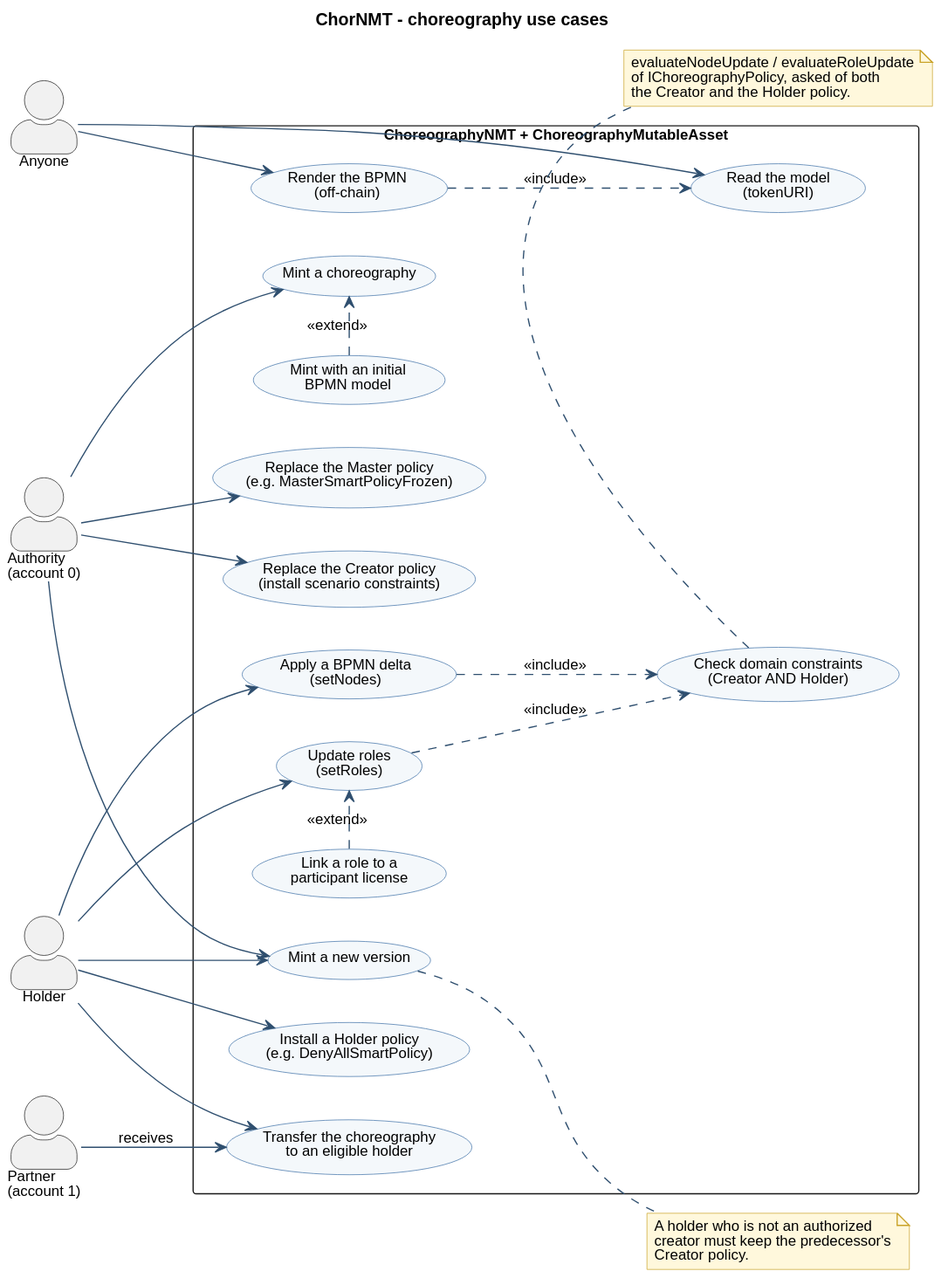
d0na/ChorNMT keeps this PlantUML diagram as docs/uml/use-case-choreography.svg. Above is the earlier version. The source it was exported from:
```plantuml
@startuml
!include style.iuml
title ChorNMT - choreography use cases
left to right direction

actor "Authority\n(account 0)" as Authority
actor "Holder" as Holder
actor "Partner\n(account 1)" as Partner
actor "Anyone" as Anyone

rectangle "ChoreographyNMT + ChoreographyMutableAsset" {
  usecase "Mint a choreography" as UC_Mint
  usecase "Mint with an initial\nBPMN model" as UC_MintModel
  usecase "Mint a new version" as UC_Version
  usecase "Transfer the choreography\nto an eligible holder" as UC_Transfer
  usecase "Replace the Master policy\n(e.g. MasterSmartPolicyFrozen)" as UC_Master
  usecase "Replace the Creator policy\n(install scenario constraints)" as UC_Creator
  usecase "Apply a BPMN delta\n(setNodes)" as UC_Nodes
  usecase "Update roles\n(setRoles)" as UC_Roles
  usecase "Link a role to a\nparticipant license" as UC_Link
  usecase "Check domain constraints\n(Creator AND Holder)" as UC_Domain
  usecase "Install a Holder policy\n(e.g. DenyAllSmartPolicy)" as UC_Holder
  usecase "Read the model\n(tokenURI)" as UC_Read
  usecase "Render the BPMN\n(off-chain)" as UC_Render
}

Authority --> UC_Mint
Authority --> UC_Version
Authority --> UC_Master
Authority --> UC_Creator
UC_MintModel .> UC_Mint : <<extend>>

Holder --> UC_Nodes
Holder --> UC_Roles
Holder --> UC_Holder
Holder --> UC_Transfer
Holder --> UC_Version
UC_Link .> UC_Roles : <<extend>>
UC_Nodes ..> UC_Domain : <<include>>
UC_Roles ..> UC_Domain : <<include>>

Partner --> UC_Transfer : receives

Anyone --> UC_Read
Anyone --> UC_Render
UC_Render ..> UC_Read : <<include>>

note right of UC_Version
  A holder who is not an authorized
  creator must keep the predecessor's
  Creator policy.
end note
note bottom of UC_Domain
  evaluateNodeUpdate / evaluateRoleUpdate
  of IChoreographyPolicy, asked of both
  the Creator and the Holder policy.
end note
@enduml
```
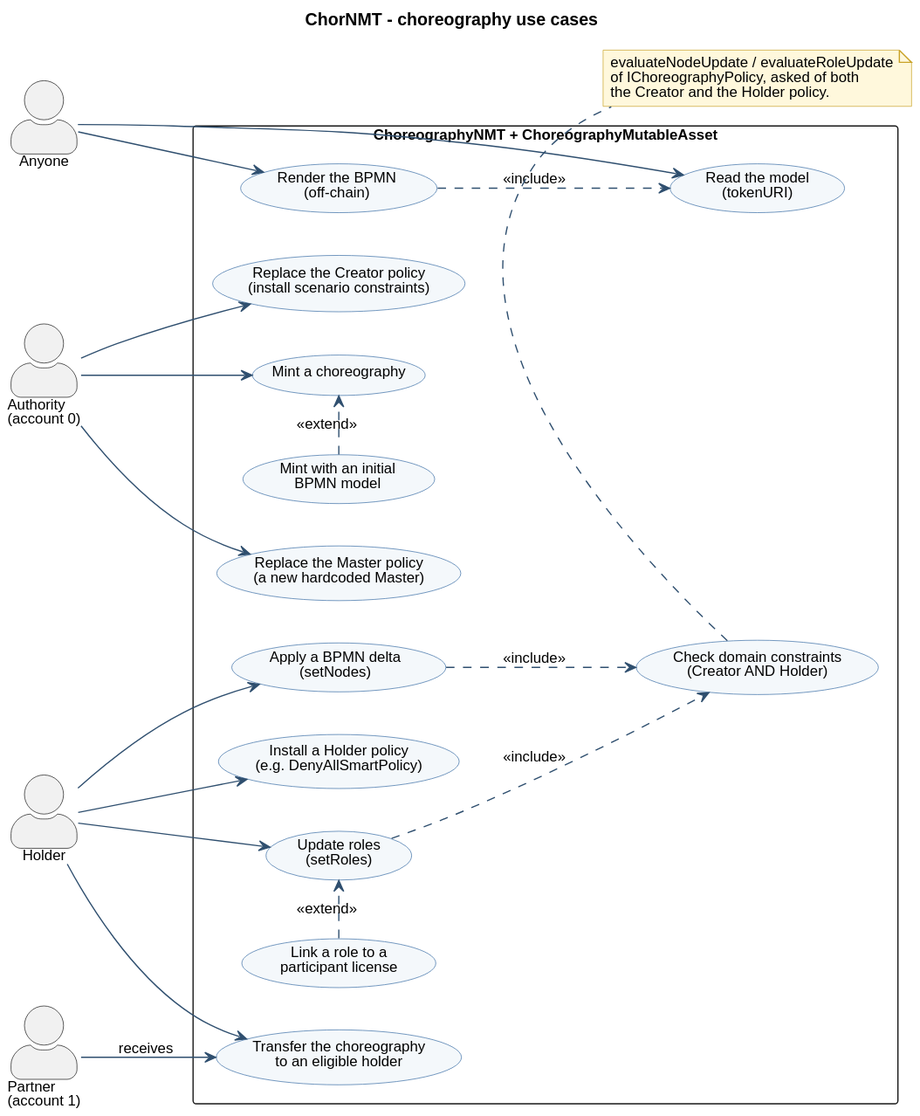
After the change.

The edit, as a diff of the source:
```diff
@@ -11,9 +11,8 @@
 rectangle "ChoreographyNMT + ChoreographyMutableAsset" {
   usecase "Mint a choreography" as UC_Mint
   usecase "Mint with an initial\nBPMN model" as UC_MintModel
-  usecase "Mint a new version" as UC_Version
   usecase "Transfer the choreography\nto an eligible holder" as UC_Transfer
-  usecase "Replace the Master policy\n(e.g. MasterSmartPolicyFrozen)" as UC_Master
+  usecase "Replace the Master policy\n(a new hardcoded Master)" as UC_Master
   usecase "Replace the Creator policy\n(install scenario constraints)" as UC_Creator
   usecase "Apply a BPMN delta\n(setNodes)" as UC_Nodes
   usecase "Update roles\n(setRoles)" as UC_Roles
@@ -25,7 +24,6 @@
 }
 
 Authority --> UC_Mint
-Authority --> UC_Version
 Authority --> UC_Master
 Authority --> UC_Creator
 UC_MintModel .> UC_Mint : <<extend>>
@@ -34,7 +32,6 @@
 Holder --> UC_Roles
 Holder --> UC_Holder
 Holder --> UC_Transfer
-Holder --> UC_Version
 UC_Link .> UC_Roles : <<extend>>
 UC_Nodes ..> UC_Domain : <<include>>
 UC_Roles ..> UC_Domain : <<include>>
@@ -45,11 +42,6 @@
 Anyone --> UC_Render
 UC_Render ..> UC_Read : <<include>>
 
-note right of UC_Version
-  A holder who is not an authorized
-  creator must keep the predecessor's
-  Creator policy.
-end note
 note bottom of UC_Domain
   evaluateNodeUpdate / evaluateRoleUpdate
   of IChoreographyPolicy, asked of both
```
